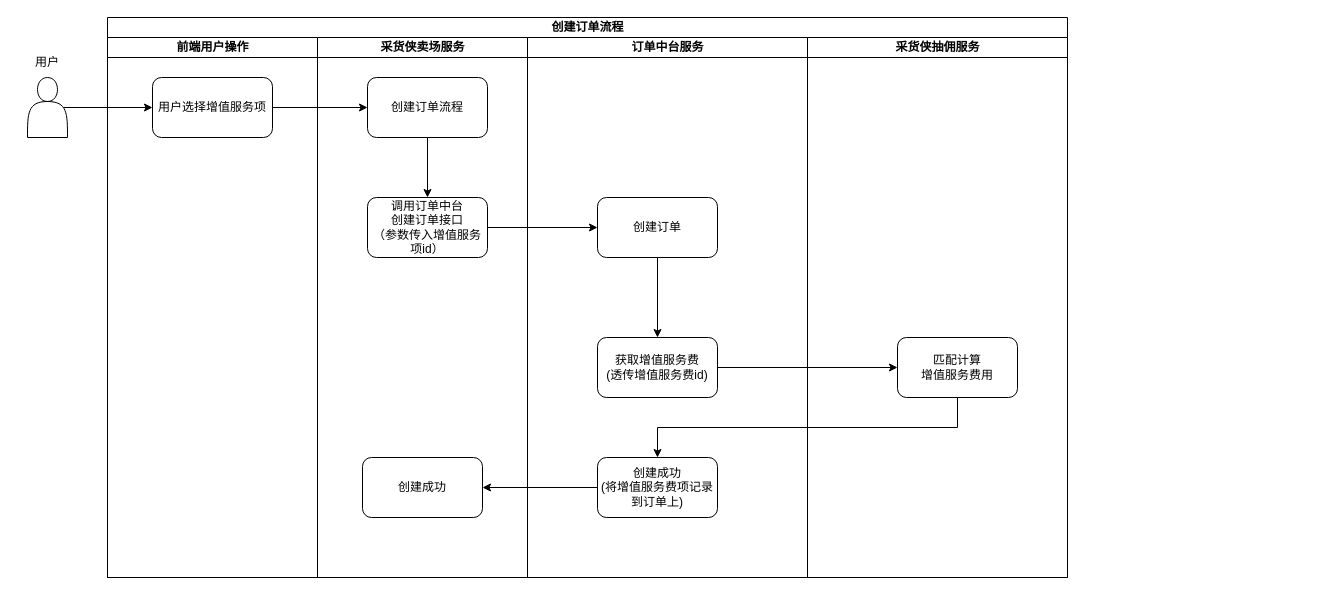
This is page "第 2 页" (2 of 6) of 卖场/未命名绘图.drawio from lxcy-kdz/draw, a draw.io file, before an edit. Source tidied: cells renumbered, new cells numbered last; positions are measured from the earlier drawing's top-left corner, leaving out a move shared by most shapes. Both pictures are drawn from the tidied source at 100%, with x=0, y=0 at pixel (17, 17).
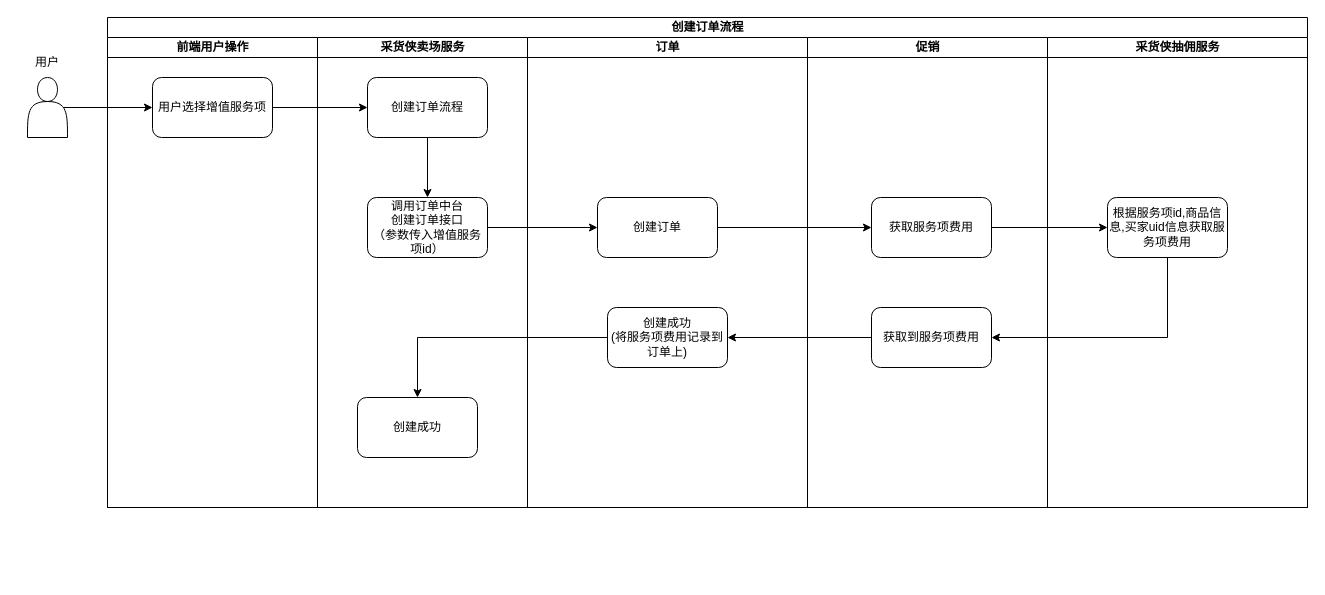
The same diagram, later.

Commit message:
更新未命名绘图.drawio

The change refers to these unchanged cells:
```xml
<mxCell id="12" value="创建订单" style="whiteSpace=wrap;html=1;rounded=1;" parent="10" vertex="1">
  <mxGeometry x="70" y="160" width="120" height="60" as="geometry" />
</mxCell>
```

The edit, as a diff of the source:
```diff
@@
     <mxCell id="2" value="创建订单流程" style="swimlane;startSize=20;html=1;" parent="1" vertex="1">
-      <mxGeometry x="90" width="960" height="560" as="geometry" />
+      <mxGeometry x="90" width="1200" height="490" as="geometry" />
     </mxCell>
     <mxCell id="3" value="前端用户操作" style="swimlane;startSize=20;html=1;" parent="2" vertex="1">
-      <mxGeometry y="20" width="210" height="540" as="geometry" />
+      <mxGeometry y="20" width="210" height="470" as="geometry" />
     </mxCell>
@@
     <mxCell id="5" value="采货侠卖场服务" style="swimlane;startSize=20;html=1;" parent="2" vertex="1">
-      <mxGeometry x="210" y="20" width="210" height="540" as="geometry" />
+      <mxGeometry x="210" y="20" width="210" height="470" as="geometry" />
     </mxCell>
@@
     <mxCell id="9" value="创建成功" style="whiteSpace=wrap;html=1;rounded=1;" parent="5" vertex="1">
-      <mxGeometry x="45" y="420" width="120" height="60" as="geometry" />
+      <mxGeometry x="40" y="360" width="120" height="60" as="geometry" />
     </mxCell>
-    <mxCell id="10" value="订单中台服务" style="swimlane;startSize=20;html=1;" parent="2" vertex="1">
-      <mxGeometry x="420" y="20" width="280" height="540" as="geometry" />
+    <mxCell id="10" value="订单" style="swimlane;startSize=20;html=1;" parent="2" vertex="1">
+      <mxGeometry x="420" y="20" width="280" height="470" as="geometry" />
     </mxCell>
-    <mxCell id="11" style="edgeStyle=orthogonalEdgeStyle;rounded=0;jettySize=auto;html=1;" parent="10" edge="1" source="12" target="13">
-      <mxGeometry relative="1" as="geometry" />
-    </mxCell>
@@
-    <mxCell id="13" value="获取增值服务费&lt;div&gt;(透传增值服务费id)&lt;/div&gt;" style="whiteSpace=wrap;html=1;rounded=1;" parent="10" vertex="1">
-      <mxGeometry x="70" y="300" width="120" height="60" as="geometry" />
-    </mxCell>
-    <mxCell id="14" value="创建成功&lt;div&gt;(将增值服务费项记录到订单上)&lt;/div&gt;" style="whiteSpace=wrap;html=1;rounded=1;" parent="10" vertex="1">
-      <mxGeometry x="70" y="420" width="120" height="60" as="geometry" />
+    <mxCell id="14" value="创建成功&lt;div&gt;(将服务项费用记录到订单上)&lt;/div&gt;" style="whiteSpace=wrap;html=1;rounded=1;" parent="10" vertex="1">
+      <mxGeometry x="80" y="270" width="120" height="60" as="geometry" />
     </mxCell>
@@
-    <mxCell id="17" style="edgeStyle=orthogonalEdgeStyle;rounded=0;jettySize=auto;html=1;" parent="2" edge="1" source="13" target="19">
-      <mxGeometry relative="1" as="geometry" />
-    </mxCell>
-    <mxCell id="18" value="采货侠抽佣服务" style="swimlane;startSize=20;html=1;" parent="2" vertex="1">
-      <mxGeometry x="700" y="20" width="260" height="540" as="geometry" />
+    <mxCell id="18" value="促销" style="swimlane;startSize=20;html=1;" parent="2" vertex="1">
+      <mxGeometry x="700" y="20" width="240" height="470" as="geometry" />
     </mxCell>
-    <mxCell id="19" value="匹配计算&lt;div&gt;增值服务费用&lt;/div&gt;" style="whiteSpace=wrap;html=1;rounded=1;" parent="18" vertex="1">
-      <mxGeometry x="90" y="300" width="120" height="60" as="geometry" />
-    </mxCell>
-    <mxCell id="20" style="edgeStyle=orthogonalEdgeStyle;rounded=0;jettySize=auto;html=1;exitX=0.5;exitY=1;exitDx=0;exitDy=0;entryX=0.5;entryY=0;entryDx=0;entryDy=0;" parent="2" edge="1" source="19" target="14">
-      <mxGeometry relative="1" as="geometry" />
-    </mxCell>
+    <mxCell id="13" value="获取服务项费用" style="whiteSpace=wrap;html=1;rounded=1;" parent="18" vertex="1">
+      <mxGeometry x="64" y="160" width="120" height="60" as="geometry" />
+    </mxCell>
+    <mxCell id="25" value="获取到服务项费用" style="whiteSpace=wrap;html=1;rounded=1;" parent="18" vertex="1">
+      <mxGeometry x="64" y="270" width="120" height="60" as="geometry" />
+    </mxCell>
+    <mxCell id="26" value="采货侠抽佣服务" style="swimlane;startSize=20;html=1;" parent="2" vertex="1">
+      <mxGeometry x="940" y="20" width="260" height="470" as="geometry" />
+    </mxCell>
+    <mxCell id="27" value="根据服务项id,商品信息,买家uid信息获取服务项费用" style="whiteSpace=wrap;html=1;rounded=1;" parent="26" vertex="1">
+      <mxGeometry x="60" y="160" width="120" height="60" as="geometry" />
+    </mxCell>
@@
+    <mxCell id="11" style="edgeStyle=orthogonalEdgeStyle;rounded=0;jettySize=auto;html=1;" parent="2" edge="1" source="12" target="13">
+      <mxGeometry relative="1" as="geometry" />
+    </mxCell>
+    <mxCell id="28" style="edgeStyle=orthogonalEdgeStyle;rounded=0;jettySize=auto;html=1;" parent="2" edge="1" source="13" target="27">
+      <mxGeometry relative="1" as="geometry" />
+    </mxCell>
+    <mxCell id="29" style="edgeStyle=orthogonalEdgeStyle;rounded=0;jettySize=auto;html=1;exitX=0.5;exitY=1;exitDx=0;exitDy=0;entryX=1;entryY=0.5;entryDx=0;entryDy=0;" parent="2" edge="1" source="27" target="25">
+      <mxGeometry relative="1" as="geometry" />
+    </mxCell>
+    <mxCell id="30" style="edgeStyle=orthogonalEdgeStyle;rounded=0;jettySize=auto;html=1;exitX=0;exitY=0.5;exitDx=0;exitDy=0;entryX=1;entryY=0.5;entryDx=0;entryDy=0;" parent="2" edge="1" source="25" target="14">
+      <mxGeometry relative="1" as="geometry" />
+    </mxCell>
```
